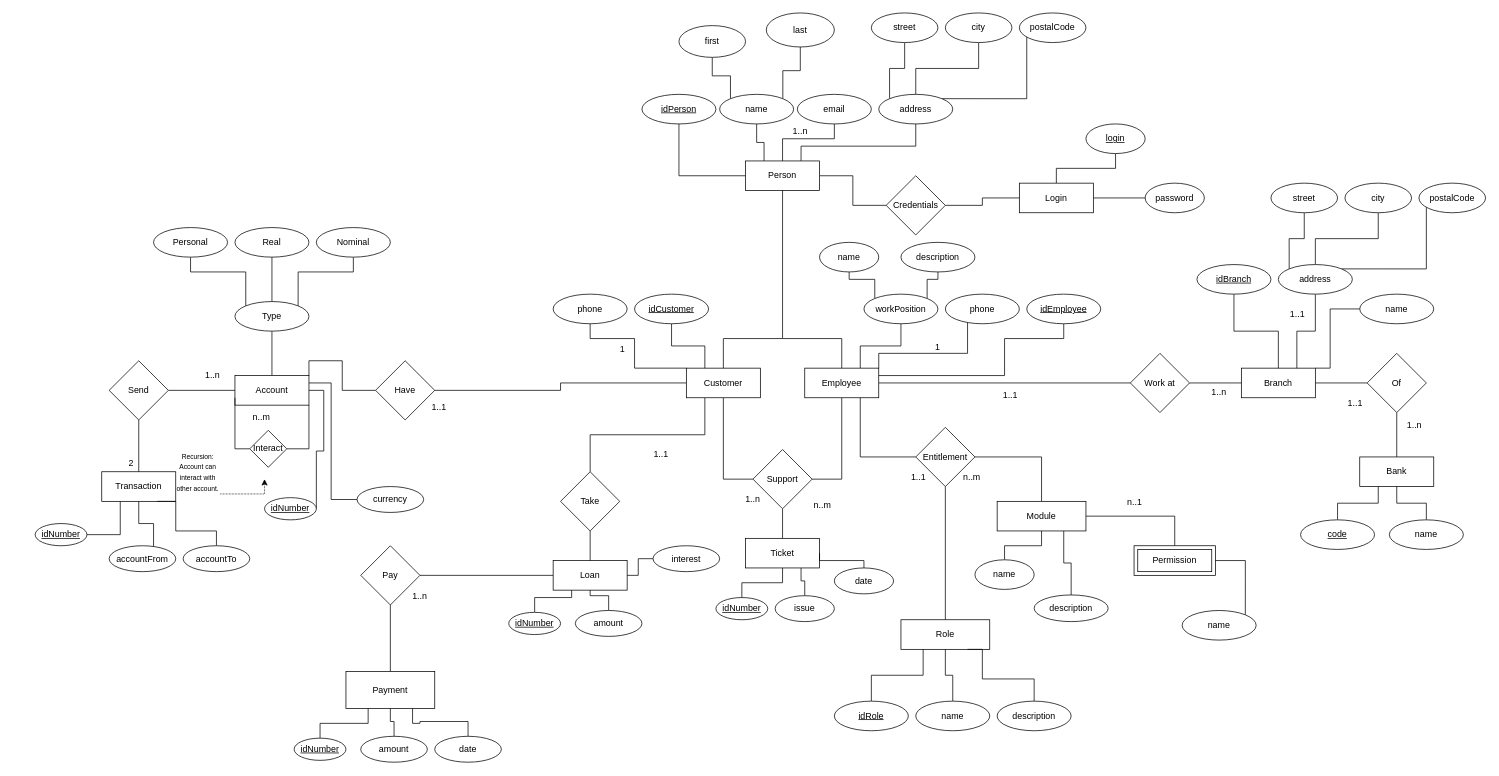
Above: Bank Management System.drawio in verbima1/B0B36DBS (draw.io), before the change. Source tidied: cells renumbered, new cells numbered last; positions are measured from the earlier drawing's top-left corner, leaving out a move shared by most shapes. Both pictures are drawn from the tidied source at 74%, with x=0, y=0 at pixel (35, 13).
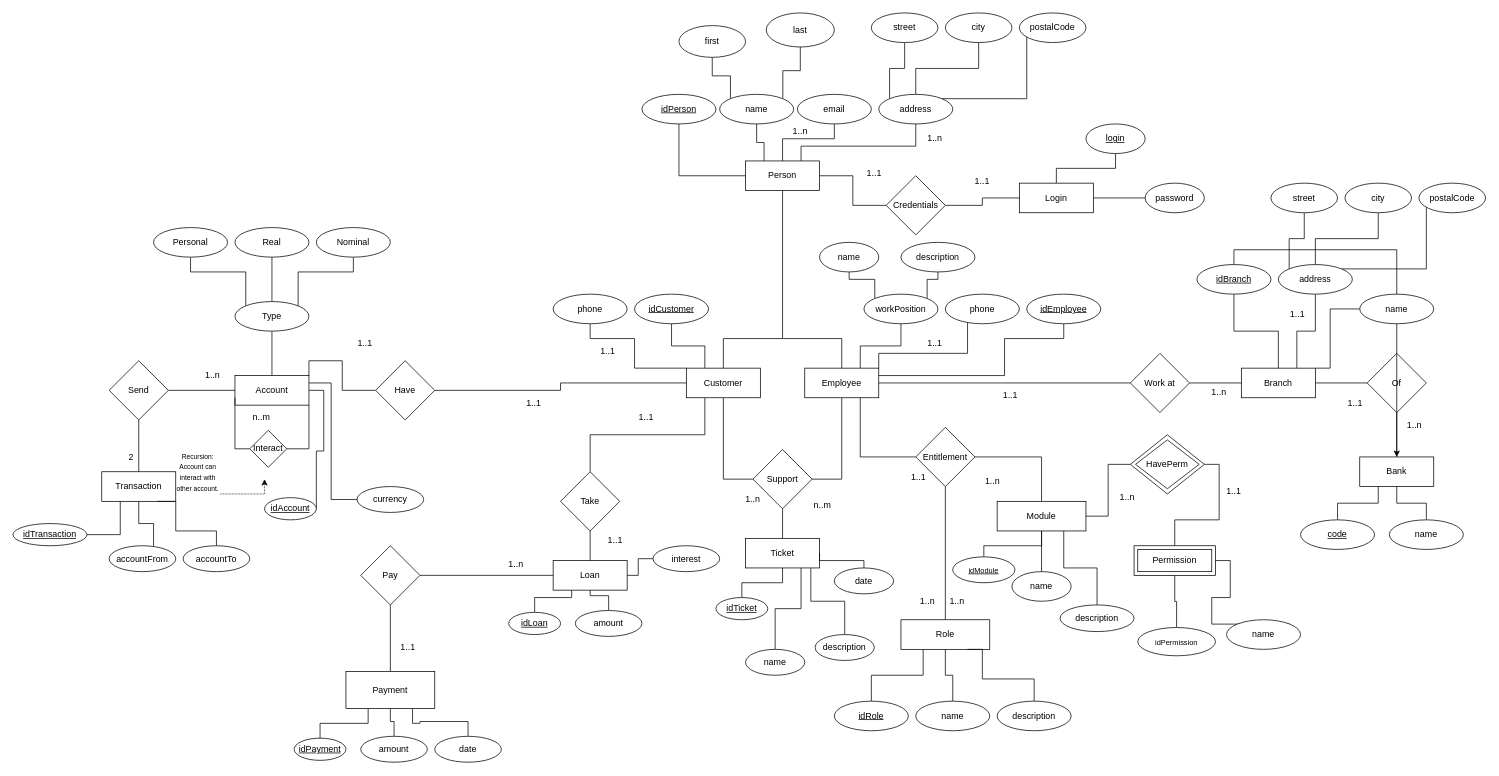
The same diagram, later.

The change refers to these unchanged cells:
```xml
<mxCell id="14" value="&lt;div&gt;Bank&lt;/div&gt;" style="whiteSpace=wrap;html=1;align=center;" parent="1" vertex="1">
  <mxGeometry x="1790" y="600" width="100" height="40" as="geometry" />
</mxCell>
<mxCell id="18" value="Ticket" style="whiteSpace=wrap;html=1;align=center;" parent="1" vertex="1">
  <mxGeometry x="960" y="710" width="100" height="40" as="geometry" />
</mxCell>
<mxCell id="83" value="Permission" style="shape=ext;margin=3;double=1;whiteSpace=wrap;html=1;align=center;" parent="1" vertex="1">
  <mxGeometry x="1485" y="720" width="110" height="40" as="geometry" />
</mxCell>
<mxCell id="93" value="&lt;div&gt;idBranch&lt;/div&gt;" style="ellipse;whiteSpace=wrap;html=1;align=center;fontStyle=4;" parent="1" vertex="1">
  <mxGeometry x="1570" y="340" width="100" height="40" as="geometry" />
</mxCell>
<mxCell id="155" value="Module" style="whiteSpace=wrap;html=1;" parent="1" vertex="1">
  <mxGeometry x="1300" y="660" width="120" height="40" as="geometry" />
</mxCell>
```

What changed in the source:
```diff
@@
-    <mxCell id="79" style="edgeStyle=orthogonalEdgeStyle;rounded=0;sketch=0;jettySize=auto;html=1;endArrow=none;endFill=0;" parent="1" edge="1" source="155" target="83">
+    <mxCell id="79" style="edgeStyle=orthogonalEdgeStyle;rounded=0;sketch=0;jettySize=auto;html=1;endArrow=none;endFill=0;entryX=0;entryY=0.5;entryDx=0;entryDy=0;" parent="1" edge="1" source="155" target="189">
       <mxGeometry relative="1" as="geometry" />
     </mxCell>
@@
+    <mxCell id="173" style="edgeStyle=orthogonalEdgeStyle;rounded=0;jettySize=auto;html=1;entryX=1;entryY=0.5;entryDx=0;entryDy=0;endArrow=none;endFill=0;" parent="1" edge="1" source="83" target="189">
+      <mxGeometry relative="1" as="geometry" />
+    </mxCell>
+    <mxCell id="174" style="edgeStyle=orthogonalEdgeStyle;rounded=0;jettySize=auto;html=1;fontSize=10;endArrow=none;endFill=0;" parent="1" edge="1" source="83" target="192">
+      <mxGeometry relative="1" as="geometry" />
+    </mxCell>
@@
+    <mxCell id="175" style="edgeStyle=orthogonalEdgeStyle;rounded=0;jettySize=auto;html=1;exitX=0.5;exitY=0;exitDx=0;exitDy=0;" parent="1" edge="1" source="93" target="14">
+      <mxGeometry relative="1" as="geometry" />
+    </mxCell>
@@
-    <mxCell id="97" value="idNumber" style="ellipse;whiteSpace=wrap;html=1;align=center;fontStyle=4;" parent="1" vertex="1">
-      <mxGeometry y="690" width="70" height="30" as="geometry" />
+    <mxCell id="97" value="idTransaction" style="ellipse;whiteSpace=wrap;html=1;align=center;fontStyle=4;" parent="1" vertex="1">
+      <mxGeometry x="-30" y="690" width="100" height="30" as="geometry" />
     </mxCell>
@@
-    <mxCell id="103" value="idNumber" style="ellipse;whiteSpace=wrap;html=1;align=center;fontStyle=4;" parent="1" vertex="1">
+    <mxCell id="103" value="idAccount" style="ellipse;whiteSpace=wrap;html=1;align=center;fontStyle=4;" parent="1" vertex="1">
       <mxGeometry x="310" y="655" width="70" height="30" as="geometry" />
     </mxCell>
@@
-    <mxCell id="106" value="idNumber" style="ellipse;whiteSpace=wrap;html=1;align=center;fontStyle=4;" parent="1" vertex="1">
+    <mxCell id="106" value="idTicket" style="ellipse;whiteSpace=wrap;html=1;align=center;fontStyle=4;" parent="1" vertex="1">
       <mxGeometry x="920" y="790" width="70" height="30" as="geometry" />
     </mxCell>
@@
-    <mxCell id="108" value="issue" style="ellipse;whiteSpace=wrap;html=1;" parent="1" vertex="1">
-      <mxGeometry x="1000" y="787.5" width="80" height="35" as="geometry" />
+    <mxCell id="108" value="name" style="ellipse;whiteSpace=wrap;html=1;" parent="1" vertex="1">
+      <mxGeometry x="960" y="860" width="80" height="35" as="geometry" />
     </mxCell>
@@
     <mxCell id="116" value="name" style="ellipse;whiteSpace=wrap;html=1;align=center;" parent="1" vertex="1">
-      <mxGeometry x="1550" y="807.5" width="100" height="40" as="geometry" />
+      <mxGeometry x="1610" y="820" width="100" height="40" as="geometry" />
     </mxCell>
@@
-    <mxCell id="124" value="idNumber" style="ellipse;whiteSpace=wrap;html=1;align=center;fontStyle=4;" parent="1" vertex="1">
+    <mxCell id="124" value="idLoan" style="ellipse;whiteSpace=wrap;html=1;align=center;fontStyle=4;" parent="1" vertex="1">
       <mxGeometry x="640" y="810" width="70" height="30" as="geometry" />
     </mxCell>
@@
-    <mxCell id="133" value="idNumber" style="ellipse;whiteSpace=wrap;html=1;align=center;fontStyle=4;" parent="1" vertex="1">
+    <mxCell id="133" value="idPayment" style="ellipse;whiteSpace=wrap;html=1;align=center;fontStyle=4;" parent="1" vertex="1">
       <mxGeometry x="350" y="980" width="70" height="30" as="geometry" />
     </mxCell>
@@
-    <mxCell id="139" value="1" style="text;html=1;strokeColor=none;fillColor=none;align=center;verticalAlign=middle;whiteSpace=wrap;rounded=0;" parent="1" vertex="1">
-      <mxGeometry x="764" y="439" width="60" height="30" as="geometry" />
-    </mxCell>
-    <mxCell id="140" value="1" style="text;html=1;strokeColor=none;fillColor=none;align=center;verticalAlign=middle;whiteSpace=wrap;rounded=0;" parent="1" vertex="1">
-      <mxGeometry x="1190" y="437" width="60" height="30" as="geometry" />
-    </mxCell>
@@
+    <mxCell id="176" style="edgeStyle=orthogonalEdgeStyle;rounded=0;jettySize=auto;html=1;endArrow=none;endFill=0;entryX=0.5;entryY=0;entryDx=0;entryDy=0;" parent="1" edge="1" source="155" target="191">
+      <mxGeometry relative="1" as="geometry" />
+    </mxCell>
@@
     <mxCell id="156" value="name" style="ellipse;whiteSpace=wrap;html=1;" parent="1" vertex="1">
-      <mxGeometry x="1270" y="739" width="80" height="40" as="geometry" />
+      <mxGeometry x="1320" y="755" width="80" height="40" as="geometry" />
     </mxCell>
     <mxCell id="157" value="&lt;div&gt;description&lt;/div&gt;" style="ellipse;whiteSpace=wrap;html=1;" parent="1" vertex="1">
-      <mxGeometry x="1350" y="786.5" width="100" height="36" as="geometry" />
+      <mxGeometry x="1385" y="800" width="100" height="36" as="geometry" />
     </mxCell>
@@
-    <mxCell id="160" value="n..m" style="text;html=1;strokeColor=none;fillColor=none;align=center;verticalAlign=middle;whiteSpace=wrap;rounded=0;" parent="1" vertex="1">
-      <mxGeometry x="1240" y="614" width="52" height="26" as="geometry" />
+    <mxCell id="160" value="1..n" style="text;html=1;strokeColor=none;fillColor=none;align=center;verticalAlign=middle;whiteSpace=wrap;rounded=0;" parent="1" vertex="1">
+      <mxGeometry x="1268" y="620" width="52" height="26" as="geometry" />
     </mxCell>
-    <mxCell id="161" value="n..1" style="text;html=1;strokeColor=none;fillColor=none;align=center;verticalAlign=middle;whiteSpace=wrap;rounded=0;" parent="1" vertex="1">
-      <mxGeometry x="1460" y="649" width="52" height="26" as="geometry" />
+    <mxCell id="161" value="1..n" style="text;html=1;strokeColor=none;fillColor=none;align=center;verticalAlign=middle;whiteSpace=wrap;rounded=0;" parent="1" vertex="1">
+      <mxGeometry x="1450" y="641.5" width="52" height="26" as="geometry" />
     </mxCell>
@@
     <mxCell id="164" value="1..1" style="text;html=1;strokeColor=none;fillColor=none;align=center;verticalAlign=middle;whiteSpace=wrap;rounded=0;" parent="1" vertex="1">
-      <mxGeometry x="520" y="520" width="52" height="26" as="geometry" />
+      <mxGeometry x="648" y="514" width="52" height="26" as="geometry" />
     </mxCell>
     <mxCell id="165" value="1..n" style="text;html=1;strokeColor=none;fillColor=none;align=center;verticalAlign=middle;whiteSpace=wrap;rounded=0;" parent="1" vertex="1">
-      <mxGeometry x="500" y="779" width="40" height="20" as="geometry" />
+      <mxGeometry x="630" y="735" width="40" height="20" as="geometry" />
     </mxCell>
     <mxCell id="166" value="2" style="text;html=1;strokeColor=none;fillColor=none;align=center;verticalAlign=middle;whiteSpace=wrap;rounded=0;" parent="1" vertex="1">
-      <mxGeometry x="110" y="598.5" width="40" height="20" as="geometry" />
+      <mxGeometry x="110" y="590" width="40" height="20" as="geometry" />
     </mxCell>
@@
     <mxCell id="169" value="1..1" style="text;html=1;strokeColor=none;fillColor=none;align=center;verticalAlign=middle;whiteSpace=wrap;rounded=0;" parent="1" vertex="1">
-      <mxGeometry x="820" y="582.5" width="52" height="26" as="geometry" />
+      <mxGeometry x="800" y="534" width="52" height="26" as="geometry" />
     </mxCell>
@@
+    <mxCell id="177" value="1..1" style="text;html=1;strokeColor=none;fillColor=none;align=center;verticalAlign=middle;whiteSpace=wrap;rounded=0;" parent="1" vertex="1">
+      <mxGeometry x="1190" y="434" width="52" height="26" as="geometry" />
+    </mxCell>
+    <mxCell id="178" value="1..n" style="text;html=1;strokeColor=none;fillColor=none;align=center;verticalAlign=middle;whiteSpace=wrap;rounded=0;" parent="1" vertex="1">
+      <mxGeometry x="1196" y="160" width="40" height="20" as="geometry" />
+    </mxCell>
+    <mxCell id="179" value="1..1" style="text;html=1;strokeColor=none;fillColor=none;align=center;verticalAlign=middle;whiteSpace=wrap;rounded=0;" parent="1" vertex="1">
+      <mxGeometry x="1254" y="214" width="52" height="26" as="geometry" />
+    </mxCell>
+    <mxCell id="180" value="1..1" style="text;html=1;strokeColor=none;fillColor=none;align=center;verticalAlign=middle;whiteSpace=wrap;rounded=0;" parent="1" vertex="1">
+      <mxGeometry x="1108" y="204" width="52" height="26" as="geometry" />
+    </mxCell>
+    <mxCell id="181" value="1..1" style="text;html=1;strokeColor=none;fillColor=none;align=center;verticalAlign=middle;whiteSpace=wrap;rounded=0;" parent="1" vertex="1">
+      <mxGeometry x="748" y="444" width="52" height="26" as="geometry" />
+    </mxCell>
+    <mxCell id="182" style="edgeStyle=orthogonalEdgeStyle;rounded=0;jettySize=auto;html=1;entryX=0.882;entryY=1.008;entryDx=0;entryDy=0;entryPerimeter=0;endArrow=none;endFill=0;" parent="1" edge="1" source="183" target="18">
+      <mxGeometry relative="1" as="geometry" />
+    </mxCell>
+    <mxCell id="183" value="description" style="ellipse;whiteSpace=wrap;html=1;" parent="1" vertex="1">
+      <mxGeometry x="1054" y="840" width="80" height="35" as="geometry" />
+    </mxCell>
+    <mxCell id="184" value="1..1" style="text;html=1;strokeColor=none;fillColor=none;align=center;verticalAlign=middle;whiteSpace=wrap;rounded=0;" parent="1" vertex="1">
+      <mxGeometry x="758" y="700" width="52" height="26" as="geometry" />
+    </mxCell>
+    <mxCell id="185" value="1..1" style="text;html=1;strokeColor=none;fillColor=none;align=center;verticalAlign=middle;whiteSpace=wrap;rounded=0;" parent="1" vertex="1">
+      <mxGeometry x="478" y="844.5" width="52" height="26" as="geometry" />
+    </mxCell>
+    <mxCell id="186" value="1..1" style="text;html=1;strokeColor=none;fillColor=none;align=center;verticalAlign=middle;whiteSpace=wrap;rounded=0;" parent="1" vertex="1">
+      <mxGeometry x="420" y="434" width="52" height="26" as="geometry" />
+    </mxCell>
+    <mxCell id="187" value="1..n" style="text;html=1;strokeColor=none;fillColor=none;align=center;verticalAlign=middle;whiteSpace=wrap;rounded=0;" parent="1" vertex="1">
+      <mxGeometry x="1180" y="781.5" width="52" height="26" as="geometry" />
+    </mxCell>
+    <mxCell id="188" value="1..n" style="text;html=1;strokeColor=none;fillColor=none;align=center;verticalAlign=middle;whiteSpace=wrap;rounded=0;" parent="1" vertex="1">
+      <mxGeometry x="1220" y="781.5" width="52" height="26" as="geometry" />
+    </mxCell>
+    <mxCell id="189" value="HavePerm" style="rhombus;margin=3;double=1;whiteSpace=wrap;html=1;align=center;" parent="1" vertex="1">
+      <mxGeometry x="1480" y="570" width="100" height="80" as="geometry" />
+    </mxCell>
+    <mxCell id="190" value="1..1" style="text;html=1;strokeColor=none;fillColor=none;align=center;verticalAlign=middle;whiteSpace=wrap;rounded=0;" parent="1" vertex="1">
+      <mxGeometry x="1594" y="634" width="52" height="26" as="geometry" />
+    </mxCell>
+    <mxCell id="191" value="&lt;u&gt;&lt;font style=&quot;font-size: 10px&quot;&gt;idModule&lt;/font&gt;&lt;/u&gt;" style="ellipse;whiteSpace=wrap;html=1;" parent="1" vertex="1">
+      <mxGeometry x="1240" y="735" width="84" height="35" as="geometry" />
+    </mxCell>
+    <mxCell id="192" value="idPermission" style="ellipse;whiteSpace=wrap;html=1;fontSize=10;" parent="1" vertex="1">
+      <mxGeometry x="1490" y="830.5" width="105" height="38.2" as="geometry" />
+    </mxCell>
```
